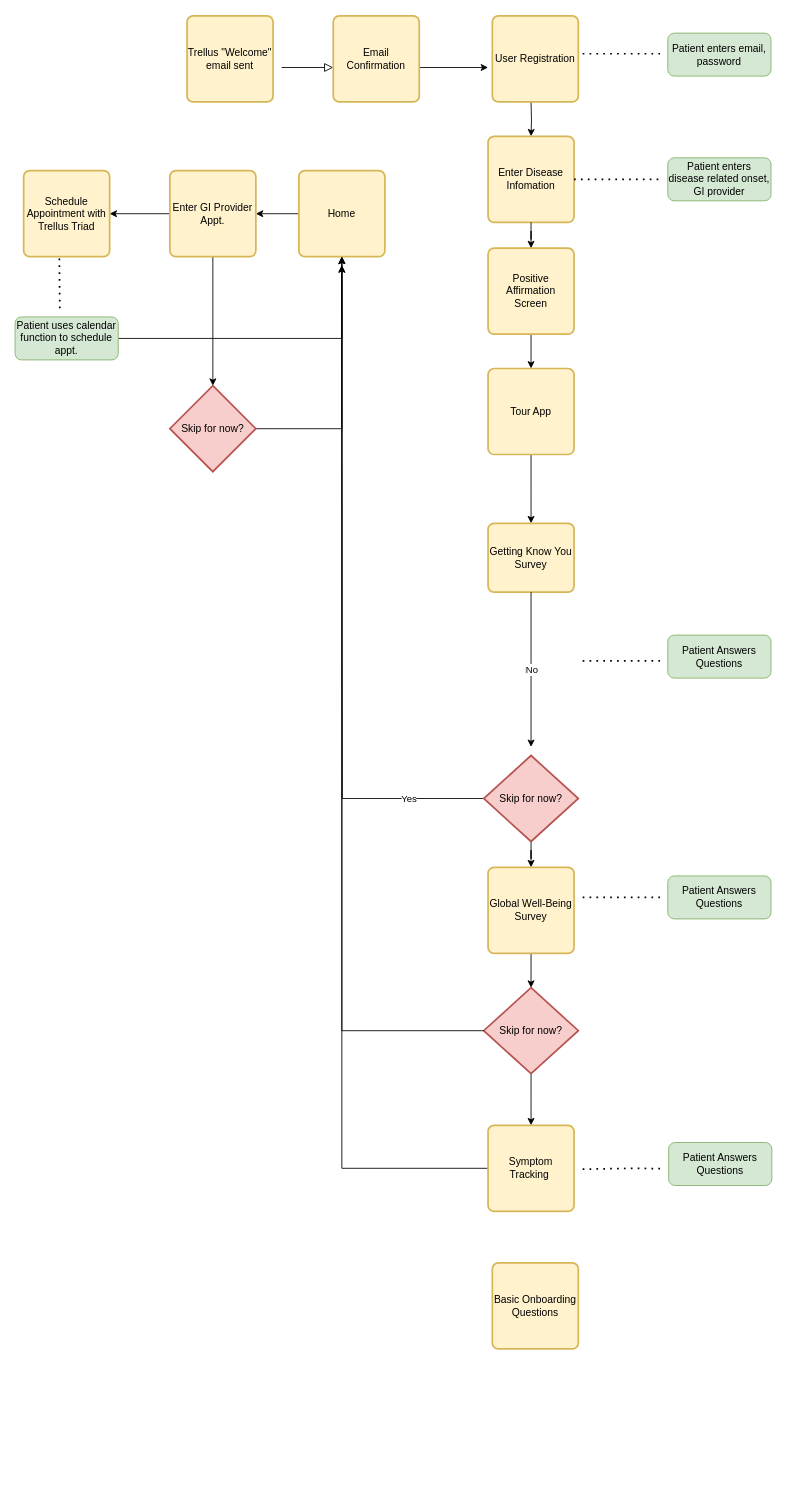
jamey-trellus/diagrams keeps this draw.io diagram as Mobile App.drawio. Above is the earlier version. Source tidied: cells renumbered, new cells numbered last; positions are measured from the earlier drawing's top-left corner, leaving out a move shared by most shapes. Both pictures are drawn from the tidied source at 86%, with x=0, y=0 at pixel (15, 15).
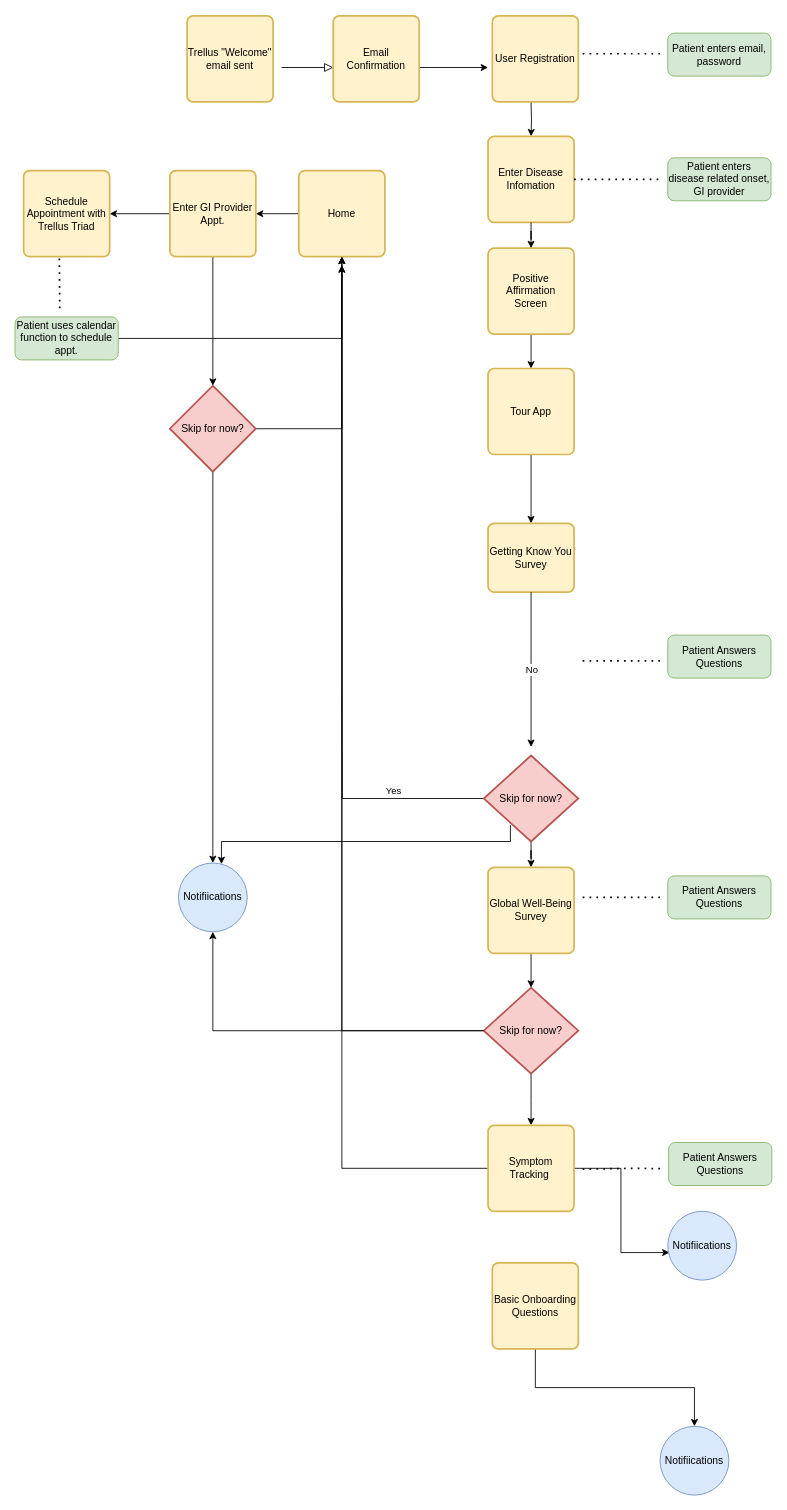
The same page after the edit.

The change refers to these unchanged cells:
```xml
<mxCell id="14" style="edgeStyle=orthogonalEdgeStyle;rounded=0;jettySize=auto;html=1;" parent="1" edge="1" source="17">
  <mxGeometry relative="1" as="geometry">
    <mxPoint x="380" y="290" as="targetPoint" />
  </mxGeometry>
</mxCell>
<mxCell id="17" value="Skip for now?" style="strokeWidth=2;html=1;shape=mxgraph.flowchart.decision;whiteSpace=wrap;fillColor=#f8cecc;strokeColor=#b85450;" parent="1" vertex="1">
  <mxGeometry x="545" y="860" width="110" height="100" as="geometry" />
</mxCell>
<mxCell id="21" value="Skip for now?" style="strokeWidth=2;html=1;shape=mxgraph.flowchart.decision;whiteSpace=wrap;fillColor=#f8cecc;strokeColor=#b85450;" parent="1" vertex="1">
  <mxGeometry x="545" y="1130" width="110" height="100" as="geometry" />
</mxCell>
<mxCell id="24" value="Symptom Tracking&amp;nbsp;" style="rounded=1;whiteSpace=wrap;html=1;absoluteArcSize=1;arcSize=14;strokeWidth=2;fillColor=#fff2cc;strokeColor=#d6b656;" parent="1" vertex="1">
  <mxGeometry x="550" y="1290" width="100" height="100" as="geometry" />
</mxCell>
<mxCell id="29" value="Skip for now?" style="strokeWidth=2;html=1;shape=mxgraph.flowchart.decision;whiteSpace=wrap;fillColor=#f8cecc;strokeColor=#b85450;" parent="1" vertex="1">
  <mxGeometry x="180" y="430" width="100" height="100" as="geometry" />
</mxCell>
<mxCell id="49" value="Basic Onboarding Questions" style="rounded=1;whiteSpace=wrap;html=1;absoluteArcSize=1;arcSize=14;strokeWidth=2;fillColor=#fff2cc;strokeColor=#d6b656;" parent="1" vertex="1">
  <mxGeometry x="555" y="1450" width="100" height="100" as="geometry" />
</mxCell>
```

Diff of the diagram source:
```diff
@@
     <mxCell id="15" value="Yes" style="edgeLabel;html=1;align=center;verticalAlign=middle;" parent="14" vertex="1">
       <mxGeometry x="-0.79" y="3" relative="1" as="geometry">
-        <mxPoint x="-6" y="-3" as="offset" />
+        <mxPoint x="-24" y="-13" as="offset" />
       </mxGeometry>
     </mxCell>
@@
+    <mxCell id="50" style="edgeStyle=orthogonalEdgeStyle;rounded=0;jettySize=auto;html=1;exitX=0.282;exitY=0.81;exitDx=0;exitDy=0;exitPerimeter=0;" parent="1" edge="1" source="17" target="57">
+      <mxGeometry relative="1" as="geometry">
+        <Array as="points">
+          <mxPoint x="576" y="960" />
+          <mxPoint x="240" y="960" />
+        </Array>
+      </mxGeometry>
+    </mxCell>
@@
+    <mxCell id="51" style="edgeStyle=orthogonalEdgeStyle;rounded=0;jettySize=auto;html=1;entryX=0.5;entryY=1;entryDx=0;entryDy=0;" parent="1" edge="1" source="21" target="57">
+      <mxGeometry relative="1" as="geometry" />
+    </mxCell>
@@
+    <mxCell id="52" style="edgeStyle=orthogonalEdgeStyle;rounded=0;jettySize=auto;html=1;entryX=0.025;entryY=0.6;entryDx=0;entryDy=0;entryPerimeter=0;" parent="1" edge="1" source="24" target="56">
+      <mxGeometry relative="1" as="geometry" />
+    </mxCell>
@@
+    <mxCell id="53" style="edgeStyle=orthogonalEdgeStyle;rounded=0;jettySize=auto;html=1;entryX=0.5;entryY=0;entryDx=0;entryDy=0;" parent="1" edge="1" source="29" target="57">
+      <mxGeometry relative="1" as="geometry" />
+    </mxCell>
@@
+    <mxCell id="54" style="edgeStyle=orthogonalEdgeStyle;rounded=0;jettySize=auto;html=1;exitX=0.5;exitY=1;exitDx=0;exitDy=0;" parent="1" edge="1" source="49" target="55">
+      <mxGeometry relative="1" as="geometry" />
+    </mxCell>
@@
+    <mxCell id="55" value="Notifiications" style="ellipse;whiteSpace=wrap;html=1;fillColor=#dae8fc;strokeColor=#6c8ebf;" parent="1" vertex="1">
+      <mxGeometry x="750" y="1640" width="80" height="80" as="geometry" />
+    </mxCell>
+    <mxCell id="56" value="Notifiications" style="ellipse;whiteSpace=wrap;html=1;fillColor=#dae8fc;strokeColor=#6c8ebf;" parent="1" vertex="1">
+      <mxGeometry x="759" y="1390" width="80" height="80" as="geometry" />
+    </mxCell>
+    <mxCell id="57" value="Notifiications" style="ellipse;whiteSpace=wrap;html=1;fillColor=#dae8fc;strokeColor=#6c8ebf;" parent="1" vertex="1">
+      <mxGeometry x="190" y="985" width="80" height="80" as="geometry" />
+    </mxCell>
```
